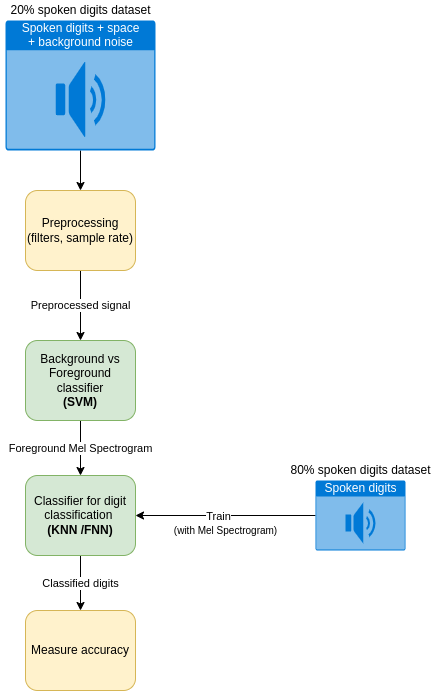
Before: docs/diagram.png, a diagram exported from draw.io (AndreasPatakis/asr-digit-classification). Source tidied: cells renumbered, new cells last; positions are measured from the earlier drawing's top-left corner, leaving out a move shared by most shapes.
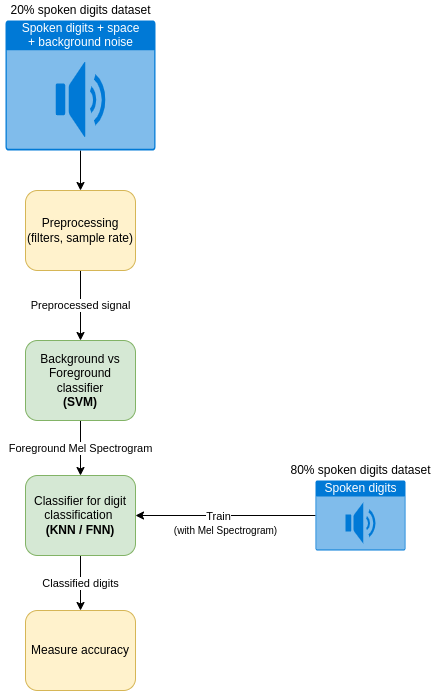
After the change.

Change to the diagram source:
```diff
@@ -25,7 +25,7 @@
         </Array>
       </mxGeometry>
     </mxCell>
-    <mxCell id="8" value="&lt;font color=&quot;#000000&quot;&gt;Classifier for digit classification &lt;br&gt;&lt;b&gt;(KNN /FNN)&lt;/b&gt;&lt;/font&gt;" style="rounded=1;whiteSpace=wrap;html=1;fillColor=#d5e8d4;strokeColor=#82b366;" parent="1" vertex="1">
+    <mxCell id="8" value="&lt;font color=&quot;#000000&quot;&gt;Classifier for digit classification &lt;br&gt;&lt;b&gt;(KNN / FNN)&lt;/b&gt;&lt;/font&gt;" style="rounded=1;whiteSpace=wrap;html=1;fillColor=#d5e8d4;strokeColor=#82b366;" parent="1" vertex="1">
       <mxGeometry x="25" y="475" width="110" height="80" as="geometry" />
     </mxCell>
     <mxCell id="9" style="edgeStyle=orthogonalEdgeStyle;rounded=0;jettySize=auto;html=1;entryX=1;entryY=0.5;entryDx=0;entryDy=0;strokeColor=#000000;" parent="1" edge="1" source="11" target="8">
```
